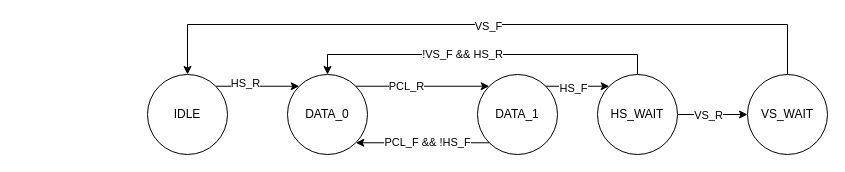
Earlier version of the draw.io diagram OV7670_buffer_FSM_Diagram.drawio (cong2738/HARMAN_fpga-VGA). Source tidied: cells renumbered, new cells numbered last; positions are measured from the earlier drawing's top-left corner, leaving out a move shared by most shapes. Both pictures are drawn from the tidied source at 100%, with x=0, y=0 at pixel (147, 24).
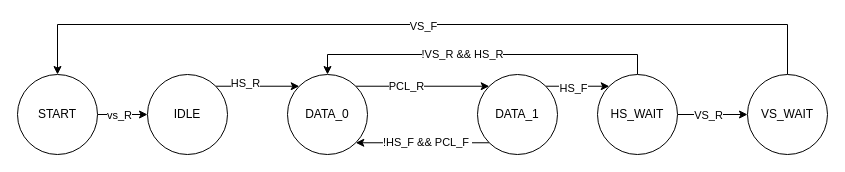
The same page after the edit.

Commit message (it also covers changes not shown here):
OV7670 버퍼 FSM 다이어그램 업데이트: 이미지 파일 형식 변경 및 README 수정

The change refers to these unchanged cells:
```xml
<mxCell id="4" value="IDLE" style="ellipse;whiteSpace=wrap;html=1;" parent="1" vertex="1">
  <mxGeometry y="50" width="80" height="80" as="geometry" />
</mxCell>
<mxCell id="8" style="edgeStyle=orthogonalEdgeStyle;rounded=0;jettySize=auto;html=1;exitX=0;exitY=1;exitDx=0;exitDy=0;entryX=1;entryY=1;entryDx=0;entryDy=0;" parent="1" edge="1" source="12" target="7">
  <mxGeometry relative="1" as="geometry" />
</mxCell>
<mxCell id="15" value="VS_WAIT" style="ellipse;whiteSpace=wrap;html=1;" parent="1" vertex="1">
  <mxGeometry x="600" y="50" width="80" height="80" as="geometry" />
</mxCell>
<mxCell id="16" style="edgeStyle=orthogonalEdgeStyle;rounded=0;jettySize=auto;html=1;entryX=0.5;entryY=0;entryDx=0;entryDy=0;" parent="1" edge="1" source="20" target="7">
  <mxGeometry relative="1" as="geometry">
    <Array as="points">
      <mxPoint x="490" y="30" />
      <mxPoint x="180" y="30" />
    </Array>
  </mxGeometry>
</mxCell>
```

Diff of the diagram source:
```diff
@@
-    <mxCell id="9" value="PCL_F &amp;amp;&amp;amp; !HS_F" style="edgeLabel;html=1;align=center;verticalAlign=middle;" parent="8" vertex="1">
+    <mxCell id="9" value="!HS_F &amp;amp;&amp;amp; PCL_F&amp;nbsp;" style="edgeLabel;html=1;align=center;verticalAlign=middle;" parent="8" vertex="1">
       <mxGeometry x="-0.07" y="-1" relative="1" as="geometry" />
     </mxCell>
@@
-    <mxCell id="13" style="edgeStyle=orthogonalEdgeStyle;rounded=0;jettySize=auto;html=1;exitX=0.5;exitY=0;exitDx=0;exitDy=0;entryX=0.5;entryY=0;entryDx=0;entryDy=0;" parent="1" edge="1" source="15" target="4">
+    <mxCell id="13" style="edgeStyle=orthogonalEdgeStyle;rounded=0;jettySize=auto;html=1;exitX=0.5;exitY=0;exitDx=0;exitDy=0;entryX=0.5;entryY=0;entryDx=0;entryDy=0;" parent="1" edge="1" source="15" target="23">
       <mxGeometry relative="1" as="geometry">
         <Array as="points">
           <mxPoint x="640" />
-          <mxPoint x="40" />
+          <mxPoint x="-90" />
         </Array>
       </mxGeometry>
     </mxCell>
@@
-    <mxCell id="17" value="!VS_F &amp;amp;&amp;amp; HS_R" style="edgeLabel;html=1;align=center;verticalAlign=middle;" parent="16" vertex="1">
+    <mxCell id="17" value="!VS_R &amp;amp;&amp;amp; HS_R" style="edgeLabel;html=1;align=center;verticalAlign=middle;" parent="16" vertex="1">
       <mxGeometry x="0.12" y="-1" relative="1" as="geometry" />
     </mxCell>
@@
+    <mxCell id="21" style="edgeStyle=orthogonalEdgeStyle;rounded=0;jettySize=auto;html=1;" parent="1" edge="1" source="23" target="4">
+      <mxGeometry relative="1" as="geometry" />
+    </mxCell>
+    <mxCell id="22" value="vs_R" style="edgeLabel;html=1;align=center;verticalAlign=middle;" parent="21" vertex="1">
+      <mxGeometry x="-0.06" relative="1" as="geometry">
+        <mxPoint x="-3" as="offset" />
+      </mxGeometry>
+    </mxCell>
+    <mxCell id="23" value="START" style="ellipse;whiteSpace=wrap;html=1;" parent="1" vertex="1">
+      <mxGeometry x="-130" y="50" width="80" height="80" as="geometry" />
+    </mxCell>
```
